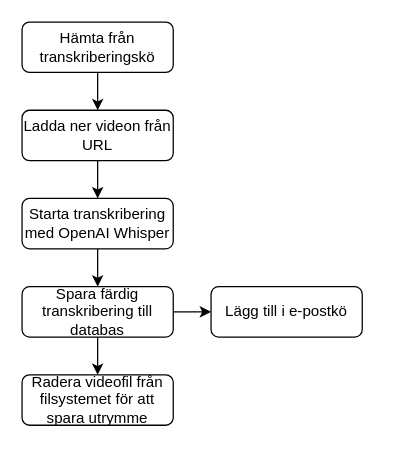
Above: docs/images/transcription-flowchart.drawio in seffradev/youtube-transcription-service (draw.io), before the change. Source tidied: cells renumbered, new cells numbered last; positions are measured from the earlier drawing's top-left corner, leaving out a move shared by most shapes. Both pictures are drawn from the tidied source at 126%, with x=0, y=0 at pixel (21, 21).
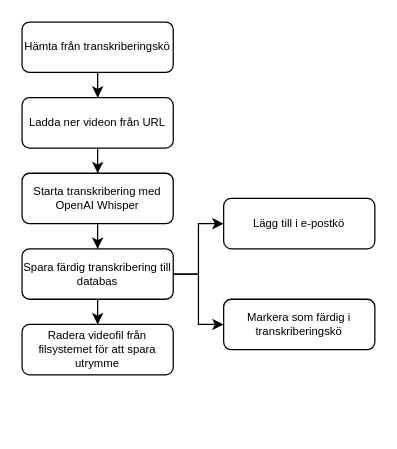
The same page after the edit.

Diff of the diagram source:
```diff
@@
 <mxGraphModel>
   <root>
     <mxCell id="0" />
     <mxCell id="1" parent="0" />
     <mxCell id="2" style="edgeStyle=orthogonalEdgeStyle;rounded=0;jettySize=auto;html=1;" parent="1" edge="1" source="3" target="5">
       <mxGeometry relative="1" as="geometry" />
     </mxCell>
-    <mxCell id="3" value="Hämta från transkriberingskö" style="rounded=1;whiteSpace=wrap;html=1;fontSize=12;glass=0;strokeWidth=1;shadow=0;" parent="1" vertex="1">
+    <mxCell id="3" value="Hämta från transkriberingskö" style="rounded=1;whiteSpace=wrap;html=1;fontSize=9;glass=0;strokeWidth=1;shadow=0;" parent="1" vertex="1">
       <mxGeometry width="120" height="40" as="geometry" />
     </mxCell>
     <mxCell id="4" style="edgeStyle=orthogonalEdgeStyle;rounded=0;jettySize=auto;html=1;" parent="1" edge="1" source="5" target="7">
       <mxGeometry relative="1" as="geometry" />
     </mxCell>
-    <mxCell id="5" value="Ladda ner videon från URL" style="rounded=1;whiteSpace=wrap;html=1;fontSize=12;glass=0;strokeWidth=1;shadow=0;" parent="1" vertex="1">
-      <mxGeometry y="70" width="120" height="40" as="geometry" />
+    <mxCell id="5" value="Ladda ner videon från URL" style="rounded=1;whiteSpace=wrap;html=1;fontSize=9;glass=0;strokeWidth=1;shadow=0;" parent="1" vertex="1">
+      <mxGeometry y="60" width="120" height="40" as="geometry" />
     </mxCell>
     <mxCell id="6" style="edgeStyle=orthogonalEdgeStyle;rounded=0;jettySize=auto;html=1;" parent="1" edge="1" source="7" target="10">
       <mxGeometry relative="1" as="geometry" />
     </mxCell>
-    <mxCell id="7" value="Starta transkribering med OpenAI Whisper" style="rounded=1;whiteSpace=wrap;html=1;fontSize=12;glass=0;strokeWidth=1;shadow=0;" parent="1" vertex="1">
-      <mxGeometry y="140" width="120" height="40" as="geometry" />
+    <mxCell id="7" value="Starta transkribering med OpenAI Whisper" style="rounded=1;whiteSpace=wrap;html=1;fontSize=9;glass=0;strokeWidth=1;shadow=0;" parent="1" vertex="1">
+      <mxGeometry y="120" width="120" height="40" as="geometry" />
     </mxCell>
     <mxCell id="8" style="edgeStyle=orthogonalEdgeStyle;rounded=0;jettySize=auto;html=1;" parent="1" edge="1" source="10" target="11">
       <mxGeometry relative="1" as="geometry" />
     </mxCell>
     <mxCell id="9" style="edgeStyle=orthogonalEdgeStyle;rounded=0;jettySize=auto;html=1;" parent="1" edge="1" source="10" target="12">
       <mxGeometry relative="1" as="geometry" />
     </mxCell>
+    <mxCell id="13" style="edgeStyle=orthogonalEdgeStyle;rounded=0;jettySize=auto;html=1;exitX=1;exitY=0.5;exitDx=0;exitDy=0;entryX=0;entryY=0.5;entryDx=0;entryDy=0;" parent="1" edge="1" source="10" target="14">
+      <mxGeometry relative="1" as="geometry" />
+    </mxCell>
-    <mxCell id="10" value="Spara färdig transkribering till databas" style="rounded=1;whiteSpace=wrap;html=1;fontSize=12;glass=0;strokeWidth=1;shadow=0;" parent="1" vertex="1">
-      <mxGeometry y="210" width="120" height="40" as="geometry" />
+    <mxCell id="10" value="Spara färdig transkribering till databas" style="rounded=1;whiteSpace=wrap;html=1;fontSize=9;glass=0;strokeWidth=1;shadow=0;" parent="1" vertex="1">
+      <mxGeometry y="180" width="120" height="40" as="geometry" />
     </mxCell>
-    <mxCell id="11" value="Radera videofil från filsystemet för att spara utrymme" style="rounded=1;whiteSpace=wrap;html=1;fontSize=12;glass=0;strokeWidth=1;shadow=0;" parent="1" vertex="1">
-      <mxGeometry y="280" width="120" height="40" as="geometry" />
+    <mxCell id="11" value="Radera videofil från filsystemet för att spara utrymme" style="rounded=1;whiteSpace=wrap;html=1;fontSize=9;glass=0;strokeWidth=1;shadow=0;" parent="1" vertex="1">
+      <mxGeometry y="240" width="120" height="40" as="geometry" />
     </mxCell>
-    <mxCell id="12" value="Lägg till i e-postkö" style="rounded=1;whiteSpace=wrap;html=1;fontSize=12;glass=0;strokeWidth=1;shadow=0;" parent="1" vertex="1">
-      <mxGeometry x="150" y="210" width="120" height="40" as="geometry" />
+    <mxCell id="12" value="Lägg till i e-postkö" style="rounded=1;whiteSpace=wrap;html=1;fontSize=9;glass=0;strokeWidth=1;shadow=0;" parent="1" vertex="1">
+      <mxGeometry x="160" y="140" width="120" height="40" as="geometry" />
     </mxCell>
+    <mxCell id="14" value="Markera som färdig i transkriberingskö" style="rounded=1;whiteSpace=wrap;html=1;fontSize=9;glass=0;strokeWidth=1;shadow=0;" parent="1" vertex="1">
+      <mxGeometry x="160" y="220" width="120" height="40" as="geometry" />
+    </mxCell>
   </root>
 </mxGraphModel>
```
